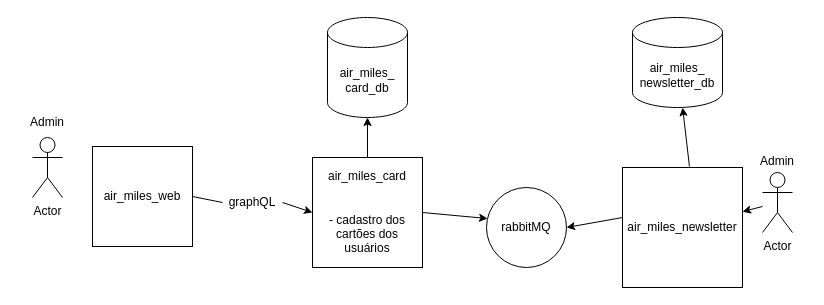
Before: air_miles.drawio in murilomaiaa/air_miles, a draw.io diagram. Source tidied: cells renumbered, new cells numbered last; positions are measured from the earlier drawing's top-left corner, leaving out a move shared by most shapes. Both pictures are drawn from the tidied source at 100%, with x=0, y=0 at pixel (17, 17).
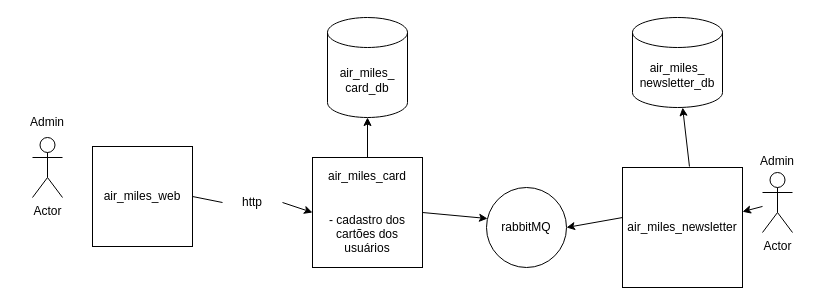
The same diagram, later.

Diff of the diagram source:
```diff
@@
 <mxGraphModel>
   <root>
     <mxCell id="0" />
     <mxCell id="1" parent="0" />
     <mxCell id="2" value="&lt;div&gt;air_miles_card&lt;/div&gt;&lt;br&gt;&lt;br&gt;- cadastro dos cartões dos usuários" style="whiteSpace=wrap;html=1;" parent="1" vertex="1">
       <mxGeometry x="295" y="140" width="110" height="110" as="geometry" />
     </mxCell>
     <mxCell id="3" value="&lt;div&gt;air_miles_&lt;/div&gt;&lt;div&gt;card_db&lt;/div&gt;" style="shape=cylinder3;whiteSpace=wrap;html=1;boundedLbl=1;backgroundOutline=1;size=15;" parent="1" vertex="1">
       <mxGeometry x="310" width="80" height="100" as="geometry" />
     </mxCell>
     <mxCell id="4" style="endArrow=classic;html=1;rounded=0;exitX=0.5;exitY=0;exitDx=0;exitDy=0;entryX=0.5;entryY=1;entryDx=0;entryDy=0;entryPerimeter=0;" parent="1" edge="1" source="2" target="3">
       <mxGeometry relative="1" as="geometry" />
     </mxCell>
     <mxCell id="5" value="rabbitMQ" style="ellipse;whiteSpace=wrap;html=1;" parent="1" vertex="1">
       <mxGeometry x="469" y="170" width="80" height="80" as="geometry" />
     </mxCell>
     <mxCell id="6" style="endArrow=classic;html=1;rounded=0;exitX=1;exitY=0.5;exitDx=0;exitDy=0;entryX=0.013;entryY=0.388;entryDx=0;entryDy=0;entryPerimeter=0;" parent="1" edge="1" source="2" target="5">
       <mxGeometry relative="1" as="geometry" />
     </mxCell>
     <mxCell id="7" value="air_miles_newsletter" style="whiteSpace=wrap;html=1;" parent="1" vertex="1">
       <mxGeometry x="605" y="150" width="120" height="120" as="geometry" />
     </mxCell>
     <mxCell id="8" style="endArrow=classic;html=1;rounded=0;exitX=0;exitY=0.417;exitDx=0;exitDy=0;exitPerimeter=0;entryX=1;entryY=0.5;entryDx=0;entryDy=0;" parent="1" edge="1" source="7" target="5">
       <mxGeometry relative="1" as="geometry" />
     </mxCell>
     <mxCell id="9" value="&lt;div&gt;air_miles_&lt;/div&gt;&lt;div&gt;newsletter_db&lt;br&gt;&lt;/div&gt;" style="shape=cylinder3;whiteSpace=wrap;html=1;boundedLbl=1;backgroundOutline=1;size=15;" parent="1" vertex="1">
       <mxGeometry x="615" width="90" height="90" as="geometry" />
     </mxCell>
     <mxCell id="10" value="air_miles_web" style="whiteSpace=wrap;html=1;" parent="1" vertex="1">
       <mxGeometry x="75" y="129" width="100" height="100" as="geometry" />
     </mxCell>
     <mxCell id="11" style="endArrow=classic;html=1;rounded=0;exitX=1;exitY=0.5;exitDx=0;exitDy=0;entryX=0;entryY=0.5;entryDx=0;entryDy=0;startArrow=none;" parent="1" edge="1" source="13" target="2">
       <mxGeometry relative="1" as="geometry" />
     </mxCell>
     <mxCell id="12" value="Actor" style="shape=umlActor;verticalLabelPosition=bottom;verticalAlign=top;html=1;" parent="1" vertex="1">
       <mxGeometry x="15" y="120" width="30" height="60" as="geometry" />
     </mxCell>
-    <mxCell id="13" value="graphQL" style="text;html=1;strokeColor=none;fillColor=none;align=center;verticalAlign=middle;whiteSpace=wrap;rounded=0;" parent="1" vertex="1">
+    <mxCell id="13" value="http" style="text;html=1;strokeColor=none;fillColor=none;align=center;verticalAlign=middle;whiteSpace=wrap;rounded=0;" parent="1" vertex="1">
       <mxGeometry x="205" y="170" width="60" height="30" as="geometry" />
     </mxCell>
     <mxCell id="14" style="endArrow=none;html=1;rounded=0;exitX=1;exitY=0.5;exitDx=0;exitDy=0;entryX=0;entryY=0.5;entryDx=0;entryDy=0;" parent="1" edge="1" source="10" target="13">
       <mxGeometry relative="1" as="geometry" />
     </mxCell>
     <mxCell id="15" value="Admin" style="text;html=1;strokeColor=none;fillColor=none;align=center;verticalAlign=middle;whiteSpace=wrap;rounded=0;" parent="1" vertex="1">
       <mxGeometry y="90" width="60" height="30" as="geometry" />
     </mxCell>
     <mxCell id="16" style="endArrow=classic;html=1;rounded=0;exitX=0.558;exitY=-0.008;exitDx=0;exitDy=0;exitPerimeter=0;entryX=0.557;entryY=1.001;entryDx=0;entryDy=0;entryPerimeter=0;" parent="1" edge="1" source="7" target="9">
       <mxGeometry relative="1" as="geometry" />
     </mxCell>
     <mxCell id="17" style="edgeStyle=none;html=1;" parent="1" edge="1" source="18" target="7">
       <mxGeometry relative="1" as="geometry" />
     </mxCell>
     <mxCell id="18" value="Actor" style="shape=umlActor;verticalLabelPosition=bottom;verticalAlign=top;html=1;outlineConnect=0;" parent="1" vertex="1">
       <mxGeometry x="745" y="155" width="30" height="60" as="geometry" />
     </mxCell>
     <mxCell id="19" value="Admin" style="text;html=1;strokeColor=none;fillColor=none;align=center;verticalAlign=middle;whiteSpace=wrap;rounded=0;" parent="1" vertex="1">
       <mxGeometry x="730" y="129" width="60" height="30" as="geometry" />
     </mxCell>
   </root>
 </mxGraphModel>
```
